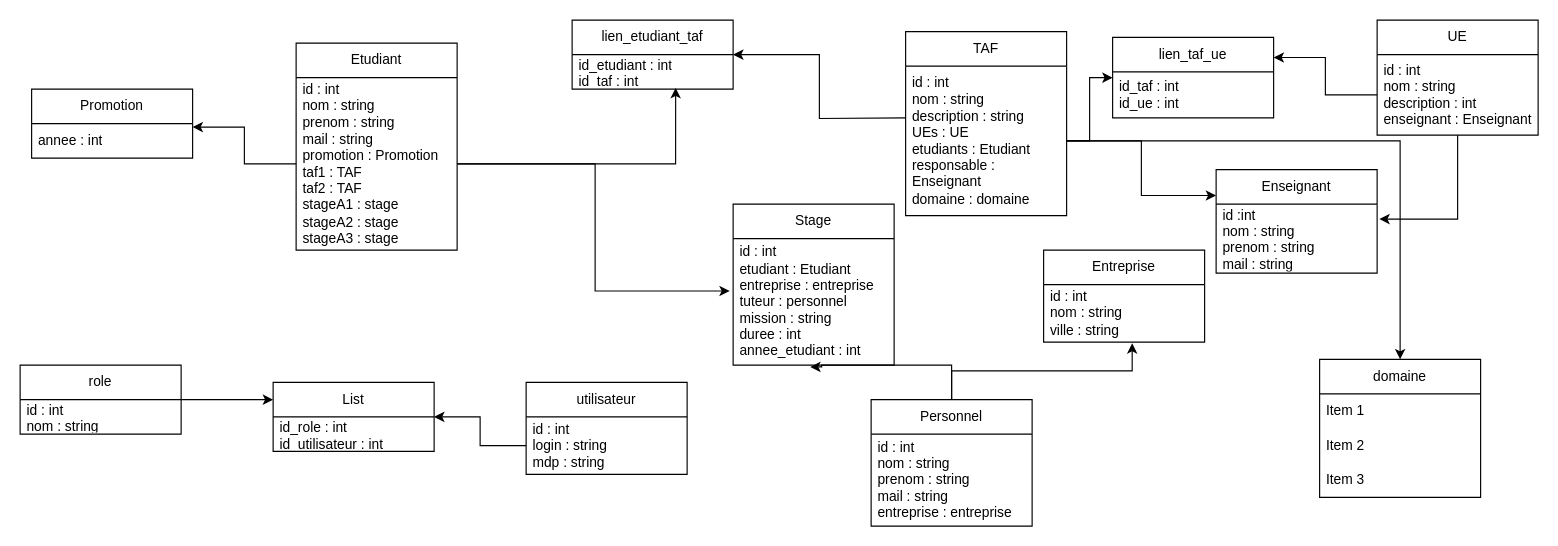
This is Diagramme sans nom.drawio from LaureVig/WebApp, a draw.io file, before an edit. Source tidied: cells renumbered, new cells numbered last; positions are measured from the earlier drawing's top-left corner, leaving out a move shared by most shapes. Both pictures are drawn from the tidied source at 115%, with x=0, y=0 at pixel (20, 20).
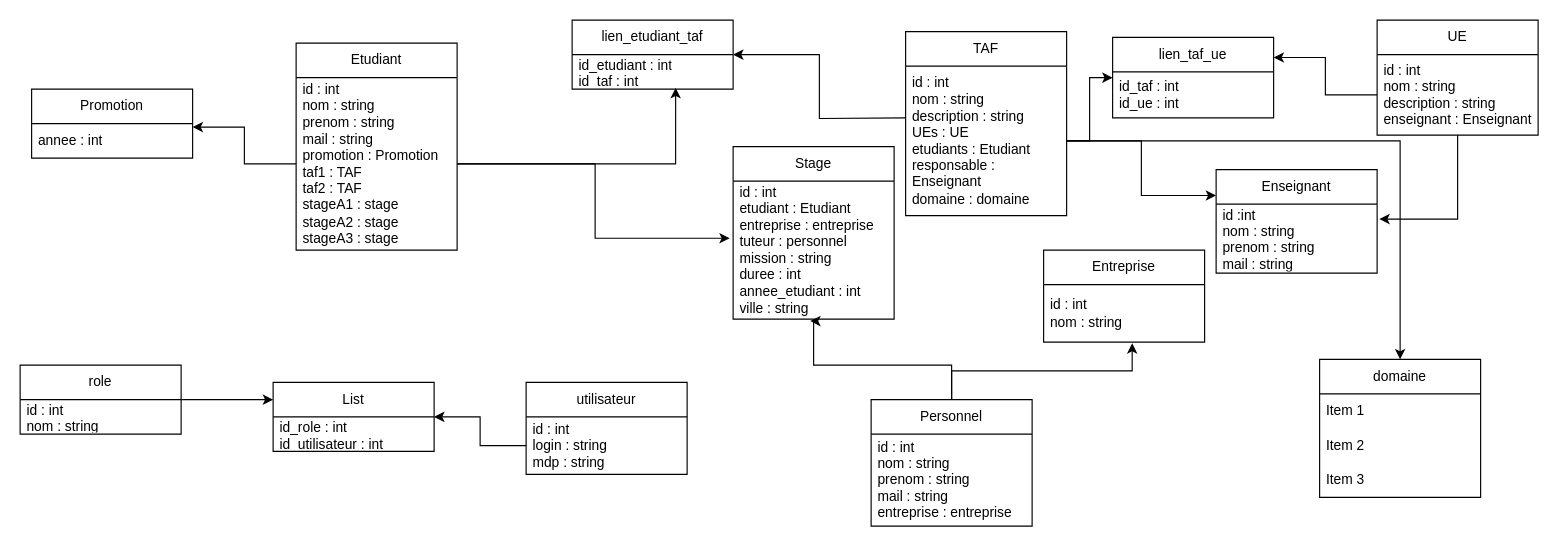
The same page after the edit.

The change refers to these unchanged cells:
```xml
<mxCell id="16" value="Entreprise" style="swimlane;fontStyle=0;horizontal=1;startSize=30;whiteSpace=wrap;html=1;" parent="1" vertex="1">
  <mxGeometry x="890" y="200" width="140" height="80" as="geometry" />
</mxCell>
<mxCell id="19" value="UE" style="swimlane;fontStyle=0;horizontal=1;startSize=30;whiteSpace=wrap;html=1;" parent="1" vertex="1">
  <mxGeometry x="1180" width="140" height="100" as="geometry" />
</mxCell>
<mxCell id="30" value="Personnel" style="swimlane;fontStyle=0;horizontal=1;startSize=30;whiteSpace=wrap;html=1;" parent="1" vertex="1">
  <mxGeometry x="740" y="330" width="140" height="110" as="geometry" />
</mxCell>
```

The edit, as a diff of the source:
```diff
@@
     <mxCell id="13" value="Stage" style="swimlane;fontStyle=0;horizontal=1;startSize=30;whiteSpace=wrap;html=1;" parent="1" vertex="1">
-      <mxGeometry x="620" y="160" width="140" height="140" as="geometry" />
+      <mxGeometry x="620" y="110" width="140" height="150" as="geometry" />
     </mxCell>
-    <mxCell id="14" value="id : int&lt;br&gt;etudiant : Etudiant&lt;br&gt;entreprise : entreprise&lt;br&gt;tuteur : personnel&lt;br&gt;mission : string&lt;br&gt;duree : int&lt;br&gt;annee_etudiant : int" style="text;strokeColor=none;fillColor=none;align=left;verticalAlign=middle;spacingLeft=4;spacingRight=4;overflow=hidden;points=[[0,0.5],[1,0.5]];portConstraint=eastwest;whiteSpace=wrap;html=1;" parent="13" vertex="1">
-      <mxGeometry y="30" width="140" height="110" as="geometry" />
+    <mxCell id="14" value="id : int&lt;br&gt;etudiant : Etudiant&lt;br&gt;entreprise : entreprise&lt;br&gt;tuteur : personnel&lt;br&gt;mission : string&lt;br&gt;duree : int&lt;br&gt;annee_etudiant : int&lt;br&gt;ville : string" style="text;strokeColor=none;fillColor=none;align=left;verticalAlign=middle;spacingLeft=4;spacingRight=4;overflow=hidden;points=[[0,0.5],[1,0.5]];portConstraint=eastwest;whiteSpace=wrap;html=1;" parent="13" vertex="1">
+      <mxGeometry y="30" width="140" height="120" as="geometry" />
     </mxCell>
@@
-    <mxCell id="17" value="id : int&lt;br&gt;nom : string&lt;br&gt;ville : string" style="text;strokeColor=none;fillColor=none;align=left;verticalAlign=middle;spacingLeft=4;spacingRight=4;overflow=hidden;points=[[0,0.5],[1,0.5]];portConstraint=eastwest;whiteSpace=wrap;html=1;" parent="16" vertex="1">
+    <mxCell id="17" value="id : int&lt;br&gt;nom : string&lt;br&gt;" style="text;strokeColor=none;fillColor=none;align=left;verticalAlign=middle;spacingLeft=4;spacingRight=4;overflow=hidden;points=[[0,0.5],[1,0.5]];portConstraint=eastwest;whiteSpace=wrap;html=1;" parent="16" vertex="1">
       <mxGeometry y="30" width="140" height="50" as="geometry" />
     </mxCell>
@@
-    <mxCell id="20" value="id : int&lt;br&gt;nom : string&lt;br&gt;description : int&lt;br&gt;enseignant : Enseignant&lt;br&gt;" style="text;strokeColor=none;fillColor=none;align=left;verticalAlign=middle;spacingLeft=4;spacingRight=4;overflow=hidden;points=[[0,0.5],[1,0.5]];portConstraint=eastwest;whiteSpace=wrap;html=1;" parent="19" vertex="1">
+    <mxCell id="20" value="id : int&lt;br&gt;nom : string&lt;br&gt;description : string&lt;br&gt;enseignant : Enseignant" style="text;strokeColor=none;fillColor=none;align=left;verticalAlign=middle;spacingLeft=4;spacingRight=4;overflow=hidden;points=[[0,0.5],[1,0.5]];portConstraint=eastwest;whiteSpace=wrap;html=1;" parent="19" vertex="1">
       <mxGeometry y="30" width="140" height="70" as="geometry" />
     </mxCell>
@@
     <mxCell id="29" style="edgeStyle=orthogonalEdgeStyle;rounded=0;jettySize=auto;html=1;entryX=0.479;entryY=1.014;entryDx=0;entryDy=0;entryPerimeter=0;" parent="1" edge="1" source="30" target="14">
       <mxGeometry relative="1" as="geometry">
         <Array as="points">
           <mxPoint x="810" y="300" />
-          <mxPoint x="697" y="300" />
+          <mxPoint x="690" y="300" />
+          <mxPoint x="690" y="262" />
         </Array>
       </mxGeometry>
     </mxCell>
```
